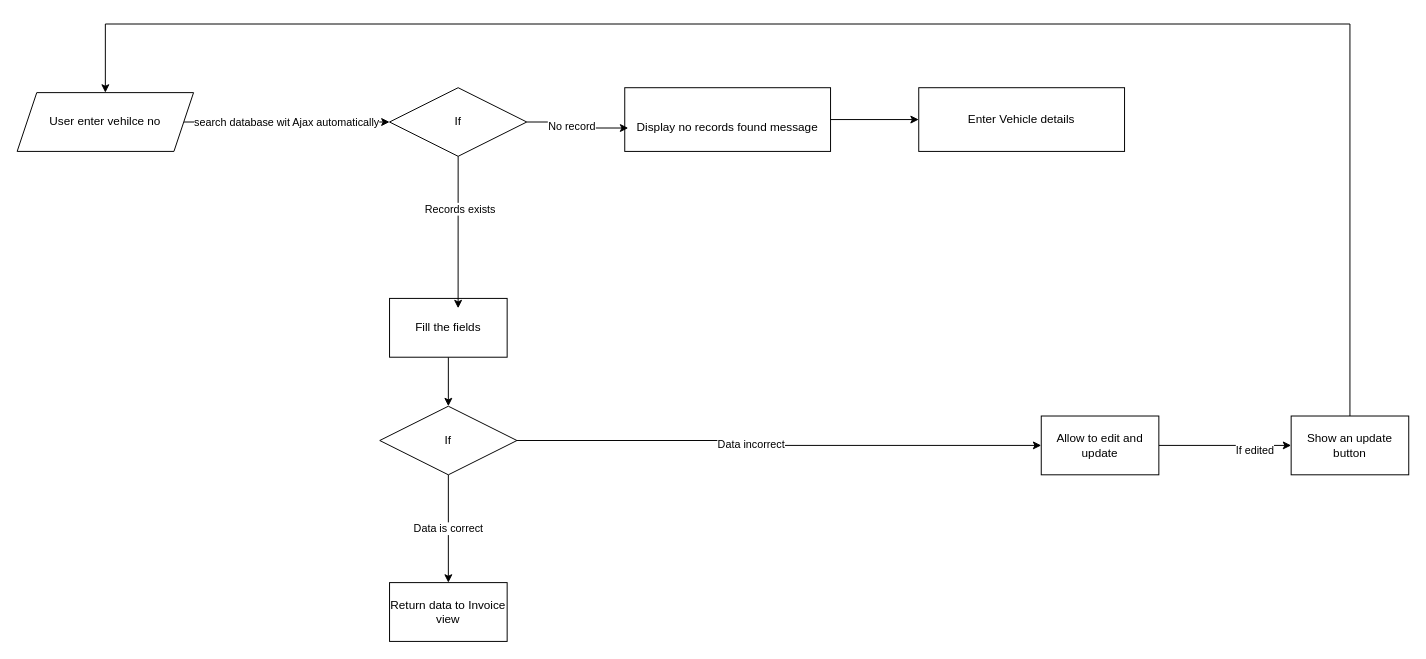
Before: dummy-automobile-project.drawio in LUC1F3R-99/automobile-back-end, a draw.io diagram. Source tidied: cells renumbered, new cells numbered last; positions are measured from the earlier drawing's top-left corner, leaving out a move shared by most shapes. Both pictures are drawn from the tidied source at 98%, with x=0, y=0 at pixel (17, 24).
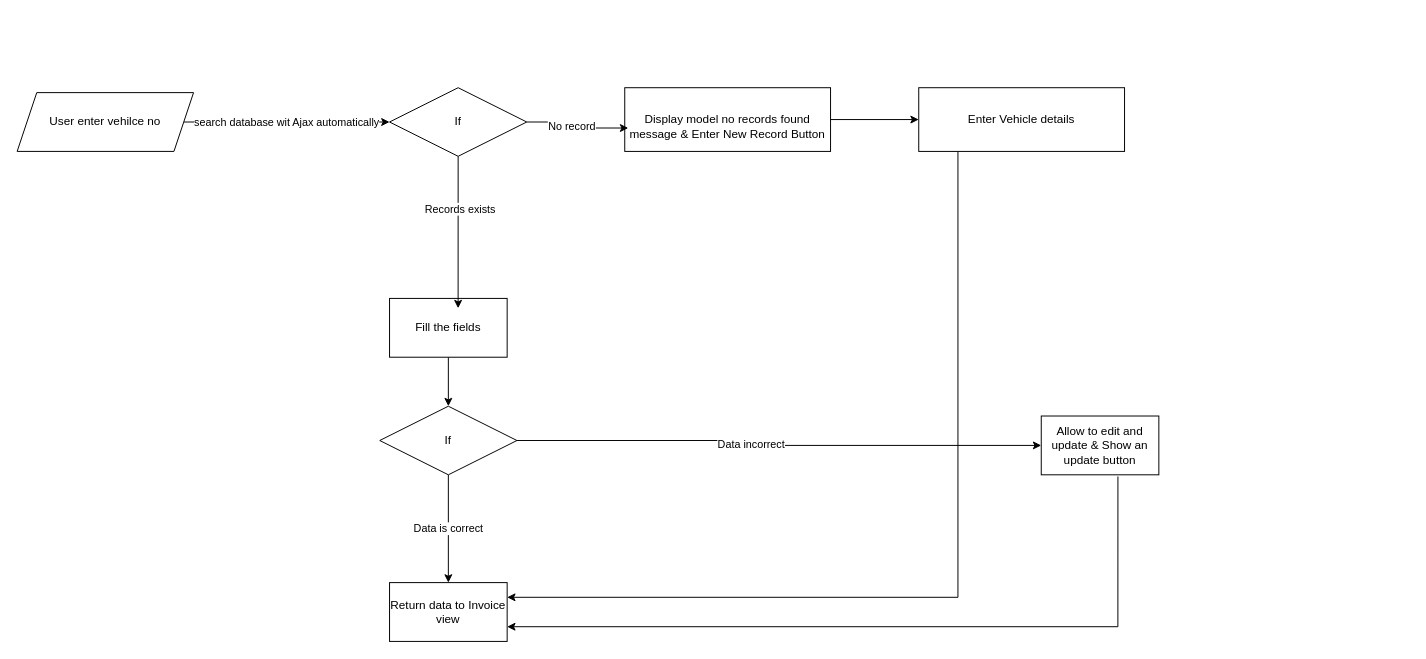
The same diagram, later.

Unchanged cells that the change refers to:
```xml
<mxCell id="4" value="User enter vehilce no" style="shape=parallelogram;perimeter=parallelogramPerimeter;whiteSpace=wrap;html=1;fixedSize=1;" parent="1" vertex="1">
  <mxGeometry y="70" width="180" height="60" as="geometry" />
</mxCell>
<mxCell id="21" value="Return data to Invoice view" style="rounded=0;whiteSpace=wrap;html=1;" parent="1" vertex="1">
  <mxGeometry x="380" y="570" width="120" height="60" as="geometry" />
</mxCell>
<mxCell id="22" value="Enter Vehicle details" style="rounded=0;whiteSpace=wrap;html=1;" parent="1" vertex="1">
  <mxGeometry x="920" y="65" width="210" height="65" as="geometry" />
</mxCell>
```

Change to the diagram source:
```diff
@@
-    <mxCell id="9" value="&lt;br&gt;Display no records found message" style="rounded=0;whiteSpace=wrap;html=1;" parent="1" vertex="1">
+    <mxCell id="9" value="&lt;br&gt;Display model no records found message &amp;amp; Enter New Record Button" style="rounded=0;whiteSpace=wrap;html=1;" parent="1" vertex="1">
       <mxGeometry x="620" y="65" width="210" height="65" as="geometry" />
     </mxCell>
@@
-    <mxCell id="18" style="edgeStyle=orthogonalEdgeStyle;rounded=0;jettySize=auto;html=1;exitX=1;exitY=0.5;exitDx=0;exitDy=0;" parent="1" edge="1" source="20" target="24">
-      <mxGeometry relative="1" as="geometry" />
-    </mxCell>
-    <mxCell id="19" value="If edited" style="edgeLabel;html=1;align=center;verticalAlign=middle;" parent="18" vertex="1">
-      <mxGeometry x="0.44" y="-4" relative="1" as="geometry" />
-    </mxCell>
-    <mxCell id="20" value="Allow to edit and update" style="rounded=0;whiteSpace=wrap;html=1;" parent="1" vertex="1">
+    <mxCell id="20" value="Allow to edit and update &amp;amp; Show an update button" style="rounded=0;whiteSpace=wrap;html=1;" parent="1" vertex="1">
       <mxGeometry x="1045" y="400" width="120" height="60" as="geometry" />
     </mxCell>
@@
+    <mxCell id="25" style="edgeStyle=orthogonalEdgeStyle;rounded=0;jettySize=auto;html=1;entryX=1;entryY=0.25;entryDx=0;entryDy=0;" parent="1" edge="1" source="22" target="21">
+      <mxGeometry relative="1" as="geometry">
+        <Array as="points">
+          <mxPoint x="960" y="585" />
+        </Array>
+      </mxGeometry>
+    </mxCell>
@@
-    <mxCell id="23" style="edgeStyle=orthogonalEdgeStyle;rounded=0;jettySize=auto;html=1;" parent="1" edge="1" source="24" target="4">
-      <mxGeometry relative="1" as="geometry">
-        <Array as="points">
-          <mxPoint x="1360" />
-          <mxPoint x="90" />
-        </Array>
-      </mxGeometry>
-    </mxCell>
-    <mxCell id="24" value="Show an update button" style="rounded=0;whiteSpace=wrap;html=1;" parent="1" vertex="1">
-      <mxGeometry x="1300" y="400" width="120" height="60" as="geometry" />
-    </mxCell>
+    <mxCell id="26" style="edgeStyle=orthogonalEdgeStyle;rounded=0;jettySize=auto;html=1;entryX=1;entryY=0.75;entryDx=0;entryDy=0;exitX=0.652;exitY=1.029;exitDx=0;exitDy=0;exitPerimeter=0;" parent="1" edge="1" source="20" target="21">
+      <mxGeometry relative="1" as="geometry">
+        <Array as="points">
+          <mxPoint x="1123" y="615" />
+        </Array>
+      </mxGeometry>
+    </mxCell>
```
